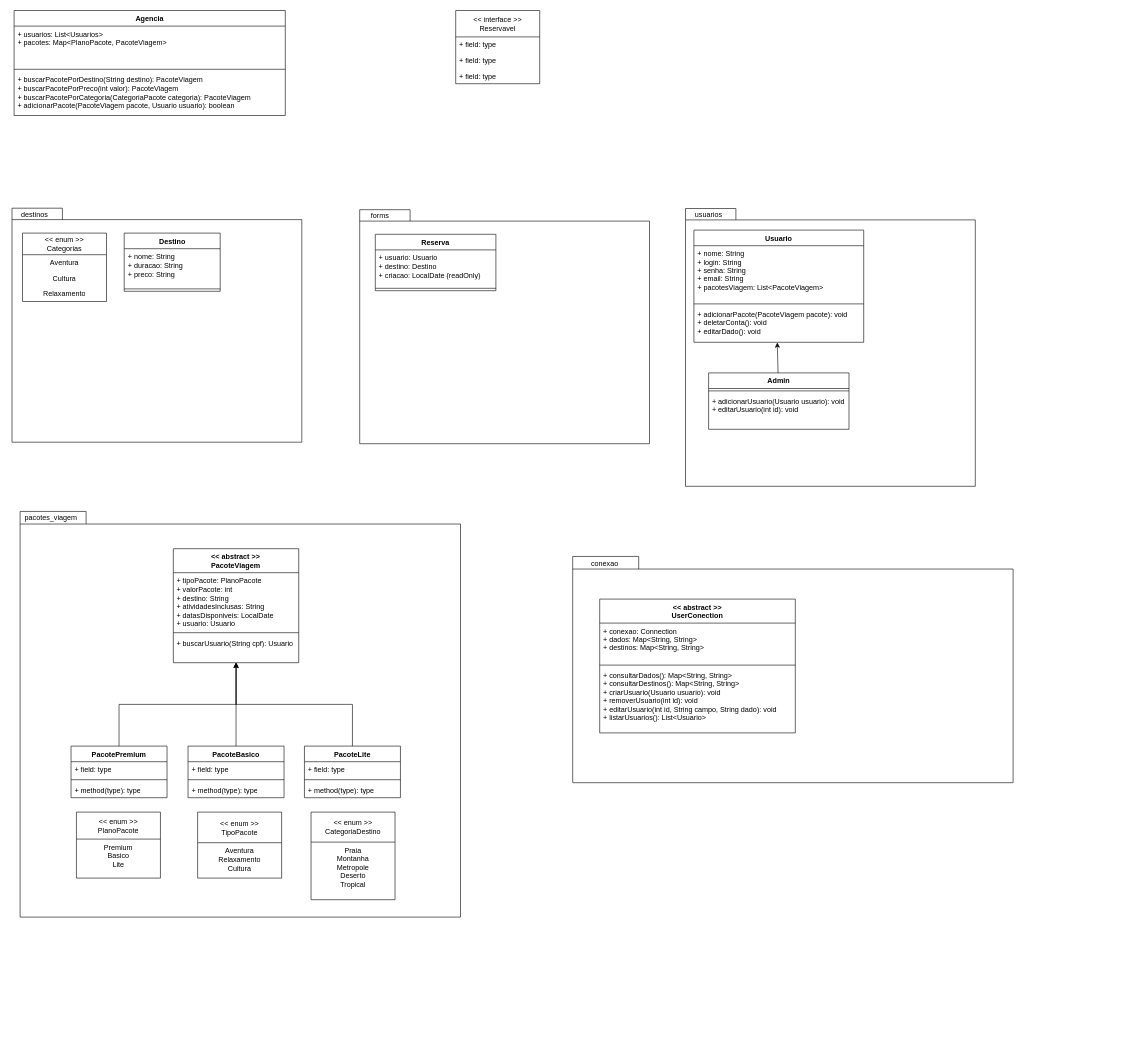
Above: files/Turismo.drawio in Corumba03/Projeto-Final (draw.io), before the change. Source tidied: cells renumbered, new cells numbered last; positions are measured from the earlier drawing's top-left corner, leaving out a move shared by most shapes. Both pictures are drawn from the tidied source at 60%, with x=0, y=0 at pixel (10, 10).
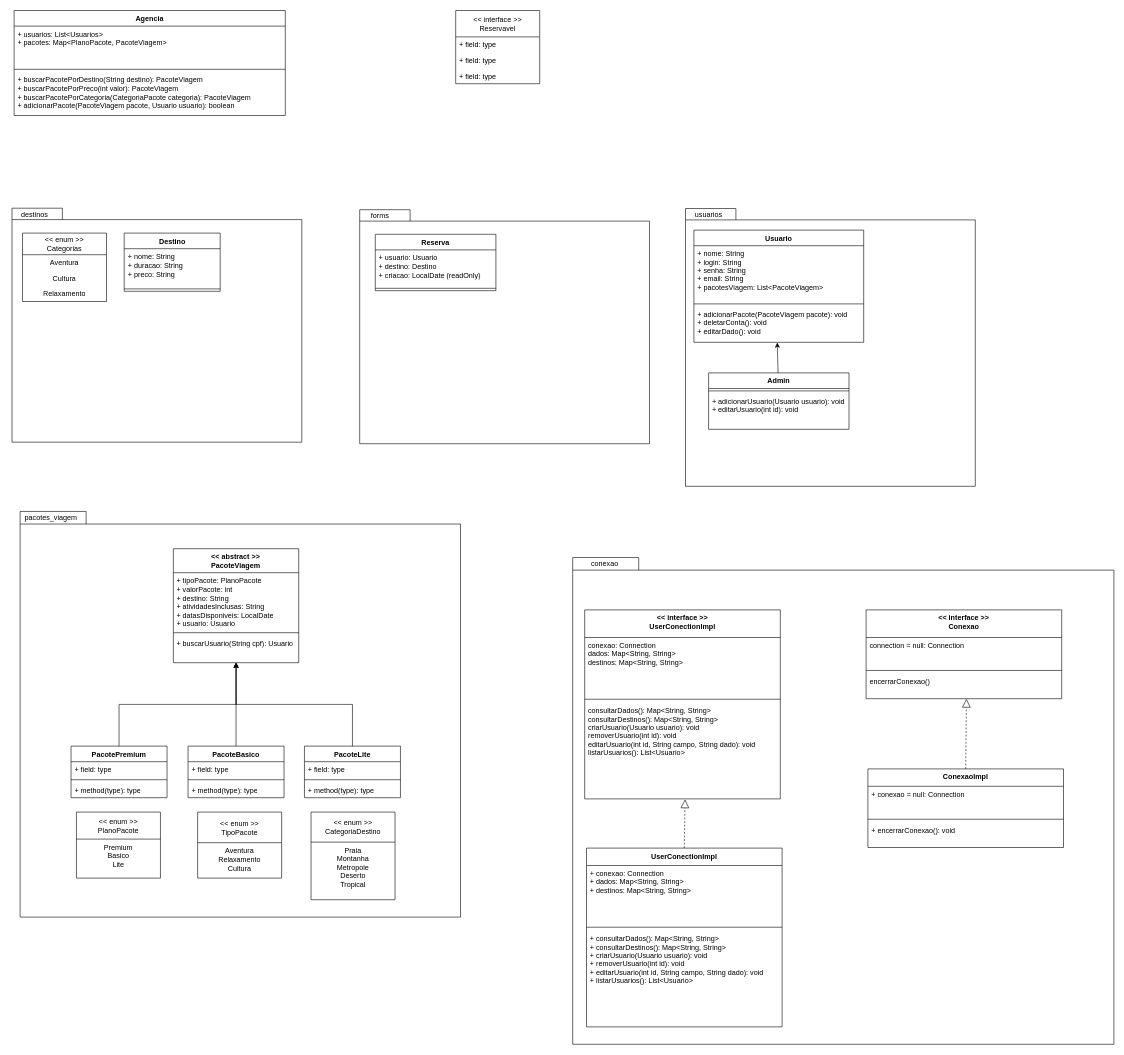
The same diagram, later.

Commit message:
UML atualizado

What changed in the source:
```diff
@@
     <mxCell id="26" style="group;" parent="1" vertex="1">
-      <mxGeometry x="1125" y="327" width="512" height="609" as="geometry" />
+      <mxGeometry x="1125" y="327" width="512" height="779" as="geometry" />
     </mxCell>
@@
     <mxCell id="67" style="group;" parent="1" vertex="1">
-      <mxGeometry x="937" y="906" width="734" height="381" as="geometry" />
+      <mxGeometry x="937" y="906" width="902" height="817" as="geometry" />
     </mxCell>
     <mxCell id="68" style="shape=folder;fontStyle=1;spacingTop=10;tabWidth=110;tabHeight=21;tabPosition=left;html=1;whiteSpace=wrap;" parent="67" vertex="1">
-      <mxGeometry y="3.9" width="734" height="377.1" as="geometry" />
+      <mxGeometry y="5.7" width="902" height="811.3" as="geometry" />
     </mxCell>
     <mxCell id="69" value="conexao" style="text;whiteSpace=wrap;html=1;" parent="67" vertex="1">
-      <mxGeometry x="29" y="2.2" width="62.2" height="23.2" as="geometry" />
+      <mxGeometry x="29" y="3.3" width="62.2" height="34.1" as="geometry" />
     </mxCell>
-    <mxCell id="70" value="&lt;&lt; abstract &gt;&gt;&#10;UserConection" style="swimlane;fontStyle=1;align=center;verticalAlign=top;horizontal=1;startSize=40;" parent="67" vertex="1">
-      <mxGeometry x="45" y="75" width="326" height="223" as="geometry" />
+    <mxCell id="70" value="UserConectionImpl" style="swimlane;fontStyle=1;align=center;verticalAlign=top;horizontal=1;startSize=29;" parent="67" vertex="1">
+      <mxGeometry x="23" y="490" width="326" height="298" as="geometry" />
     </mxCell>
     <mxCell id="71" value="+ conexao: Connection&#10;+ dados: Map&lt;String, String&gt;&#10;+ destinos: Map&lt;String, String&gt;" style="text;strokeColor=none;fillColor=none;align=left;verticalAlign=top;spacingLeft=4;spacingRight=4;overflow=hidden;" parent="70" vertex="1">
-      <mxGeometry y="40" width="326" height="66" as="geometry" />
+      <mxGeometry y="29" width="326" height="97" as="geometry" />
     </mxCell>
     <mxCell id="72" style="line;strokeWidth=1;fillColor=none;align=left;verticalAlign=middle;spacingTop=-1;spacingLeft=3;spacingRight=3;labelPosition=right;strokeColor=inherit;" parent="70" vertex="1">
-      <mxGeometry y="106" width="326" height="8" as="geometry" />
+      <mxGeometry y="126" width="326" height="11.8" as="geometry" />
     </mxCell>
     <mxCell id="73" value="+ consultarDados(): Map&lt;String, String&gt;&#10;+ consultarDestinos(): Map&lt;String, String&gt; &#10;+ criarUsuario(Usuario usuario): void&#10;+ removerUsuario(int id): void&#10;+ editarUsuario(int id, String campo, String dado): void&#10;+ listarUsuarios(): List&lt;Usuario&gt;" style="text;strokeColor=none;fillColor=none;align=left;verticalAlign=top;spacingLeft=4;spacingRight=4;overflow=hidden;" parent="70" vertex="1">
-      <mxGeometry y="114" width="326" height="109" as="geometry" />
+      <mxGeometry y="137.8" width="326" height="160.2" as="geometry" />
     </mxCell>
+    <mxCell id="74" value="&lt;&lt; interface &gt;&gt;&#10;UserConectionImpl" style="swimlane;fontStyle=1;align=center;verticalAlign=top;horizontal=1;startSize=46;" parent="67" vertex="1">
+      <mxGeometry x="20" y="93" width="326" height="315" as="geometry" />
+    </mxCell>
+    <mxCell id="75" value="conexao: Connection&#10;dados: Map&lt;String, String&gt;&#10;destinos: Map&lt;String, String&gt;" style="text;strokeColor=none;fillColor=none;align=left;verticalAlign=top;spacingLeft=4;spacingRight=4;overflow=hidden;" parent="74" vertex="1">
+      <mxGeometry y="46" width="326" height="97" as="geometry" />
+    </mxCell>
+    <mxCell id="76" style="line;strokeWidth=1;fillColor=none;align=left;verticalAlign=middle;spacingTop=-1;spacingLeft=3;spacingRight=3;labelPosition=right;strokeColor=inherit;" parent="74" vertex="1">
+      <mxGeometry y="143" width="326" height="11.8" as="geometry" />
+    </mxCell>
+    <mxCell id="77" value="consultarDados(): Map&lt;String, String&gt;&#10;consultarDestinos(): Map&lt;String, String&gt; &#10;criarUsuario(Usuario usuario): void&#10;removerUsuario(int id): void&#10;editarUsuario(int id, String campo, String dado): void&#10;listarUsuarios(): List&lt;Usuario&gt;" style="text;strokeColor=none;fillColor=none;align=left;verticalAlign=top;spacingLeft=4;spacingRight=4;overflow=hidden;points=[[0,0.5],[1,0.5]];portConstraint=eastwest;" parent="74" vertex="1">
+      <mxGeometry y="154.8" width="326" height="160.2" as="geometry" />
+    </mxCell>
+    <mxCell id="78" style="endArrow=block;dashed=1;endFill=0;endSize=12;html=1;entryX=0.513;entryY=1.005;entryDx=0;entryDy=0;entryPerimeter=0;exitX=0.5;exitY=0;exitDx=0;exitDy=0;" parent="67" edge="1" source="70" target="77">
+      <mxGeometry relative="1" as="geometry" />
+    </mxCell>
+    <mxCell id="79" value="ConexaoImpl" style="swimlane;fontStyle=1;align=center;verticalAlign=top;horizontal=1;startSize=29;" parent="67" vertex="1">
+      <mxGeometry x="492" y="358" width="326" height="131" as="geometry" />
+    </mxCell>
+    <mxCell id="80" value="+ conexao = null: Connection" style="text;strokeColor=none;fillColor=none;align=left;verticalAlign=top;spacingLeft=4;spacingRight=4;overflow=hidden;" parent="79" vertex="1">
+      <mxGeometry y="29" width="326" height="49" as="geometry" />
+    </mxCell>
+    <mxCell id="81" style="line;strokeWidth=1;fillColor=none;align=left;verticalAlign=middle;spacingTop=-1;spacingLeft=3;spacingRight=3;labelPosition=right;strokeColor=inherit;" parent="79" vertex="1">
+      <mxGeometry y="78" width="326" height="11.8" as="geometry" />
+    </mxCell>
+    <mxCell id="82" value="+ encerrarConexao(): void" style="text;strokeColor=none;fillColor=none;align=left;verticalAlign=top;spacingLeft=4;spacingRight=4;overflow=hidden;" parent="79" vertex="1">
+      <mxGeometry y="89.8" width="326" height="41.2" as="geometry" />
+    </mxCell>
+    <mxCell id="83" value="&lt;&lt; interface &gt;&gt;&#10;Conexao" style="swimlane;fontStyle=1;align=center;verticalAlign=top;horizontal=1;startSize=46;" parent="67" vertex="1">
+      <mxGeometry x="489" y="93" width="326" height="148" as="geometry" />
+    </mxCell>
+    <mxCell id="84" value="connection = null: Connection" style="text;strokeColor=none;fillColor=none;align=left;verticalAlign=top;spacingLeft=4;spacingRight=4;overflow=hidden;" parent="83" vertex="1">
+      <mxGeometry y="46" width="326" height="49" as="geometry" />
+    </mxCell>
+    <mxCell id="85" style="line;strokeWidth=1;fillColor=none;align=left;verticalAlign=middle;spacingTop=-1;spacingLeft=3;spacingRight=3;labelPosition=right;strokeColor=inherit;" parent="83" vertex="1">
+      <mxGeometry y="95" width="326" height="11.8" as="geometry" />
+    </mxCell>
+    <mxCell id="86" value="encerrarConexao()" style="text;strokeColor=none;fillColor=none;align=left;verticalAlign=top;spacingLeft=4;spacingRight=4;overflow=hidden;points=[[0,0.5],[1,0.5]];portConstraint=eastwest;" parent="83" vertex="1">
+      <mxGeometry y="106.8" width="326" height="41.2" as="geometry" />
+    </mxCell>
+    <mxCell id="87" style="endArrow=block;dashed=1;endFill=0;endSize=12;html=1;entryX=0.513;entryY=1.005;entryDx=0;entryDy=0;entryPerimeter=0;exitX=0.5;exitY=0;exitDx=0;exitDy=0;" parent="67" edge="1" source="79" target="86">
+      <mxGeometry relative="1" as="geometry" />
+    </mxCell>
```
